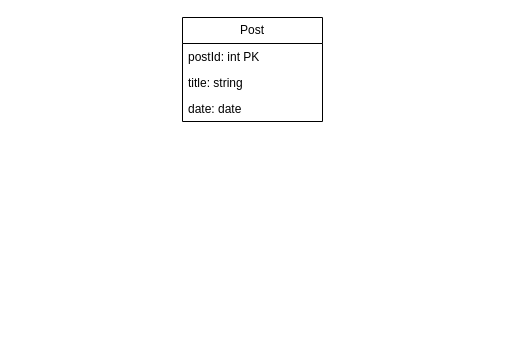
Before: Homework 1 P plus.drawio in Alvinn8/DD1368, a draw.io diagram. Source tidied: cells renumbered, new cells numbered last; positions are measured from the earlier drawing's top-left corner, leaving out a move shared by most shapes. Both pictures are drawn from the tidied source at 100%, with x=0, y=0 at pixel (182, 17).
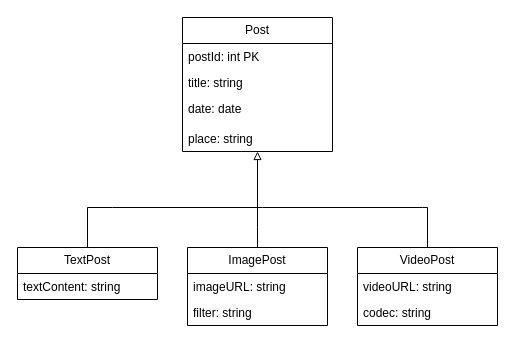
Above is the later version.

Commit message:
add post types

The edit, as a diff of the source:
```diff
@@
     <mxCell id="2" value="Post" style="swimlane;fontStyle=0;horizontal=1;startSize=26;fillColor=none;whiteSpace=wrap;html=1;" parent="1" vertex="1">
-      <mxGeometry width="140" height="104" as="geometry" />
+      <mxGeometry width="150" height="134" as="geometry" />
     </mxCell>
     <mxCell id="3" value="postId: int PK" style="text;strokeColor=none;fillColor=none;align=left;verticalAlign=top;spacingLeft=4;spacingRight=4;overflow=hidden;whiteSpace=wrap;html=1;" parent="2" vertex="1">
-      <mxGeometry y="26" width="140" height="26" as="geometry" />
+      <mxGeometry y="26" width="150" height="26" as="geometry" />
     </mxCell>
     <mxCell id="4" value="title: string" style="text;strokeColor=none;fillColor=none;align=left;verticalAlign=top;spacingLeft=4;spacingRight=4;overflow=hidden;whiteSpace=wrap;html=1;" parent="2" vertex="1">
-      <mxGeometry y="52" width="140" height="26" as="geometry" />
+      <mxGeometry y="52" width="150" height="26" as="geometry" />
     </mxCell>
     <mxCell id="5" value="date: date" style="text;strokeColor=none;fillColor=none;align=left;verticalAlign=top;spacingLeft=4;spacingRight=4;overflow=hidden;whiteSpace=wrap;html=1;" parent="2" vertex="1">
-      <mxGeometry y="78" width="140" height="26" as="geometry" />
+      <mxGeometry y="78" width="150" height="30" as="geometry" />
     </mxCell>
+    <mxCell id="6" value="place: string" style="text;strokeColor=none;fillColor=none;align=left;verticalAlign=top;spacingLeft=4;spacingRight=4;overflow=hidden;whiteSpace=wrap;html=1;" parent="2" vertex="1">
+      <mxGeometry y="108" width="150" height="26" as="geometry" />
+    </mxCell>
+    <mxCell id="7" style="edgeStyle=orthogonalEdgeStyle;rounded=0;jettySize=auto;html=1;endArrow=none;endFill=0;" parent="1" edge="1" source="8">
+      <mxGeometry relative="1" as="geometry">
+        <mxPoint x="-70" y="190" as="targetPoint" />
+        <Array as="points">
+          <mxPoint x="-95" y="190" />
+        </Array>
+      </mxGeometry>
+    </mxCell>
+    <mxCell id="8" value="TextPost" style="swimlane;fontStyle=0;horizontal=1;startSize=26;fillColor=none;whiteSpace=wrap;html=1;" parent="1" vertex="1">
+      <mxGeometry x="-165" y="230" width="140" height="52" as="geometry" />
+    </mxCell>
+    <mxCell id="9" value="textContent: string" style="text;strokeColor=none;fillColor=none;align=left;verticalAlign=top;spacingLeft=4;spacingRight=4;overflow=hidden;whiteSpace=wrap;html=1;" parent="8" vertex="1">
+      <mxGeometry y="26" width="140" height="26" as="geometry" />
+    </mxCell>
+    <mxCell id="10" style="edgeStyle=orthogonalEdgeStyle;rounded=0;jettySize=auto;html=1;entryX=0.5;entryY=1;entryDx=0;entryDy=0;endArrow=block;endFill=0;" parent="1" edge="1" source="11" target="2">
+      <mxGeometry relative="1" as="geometry">
+        <Array as="points">
+          <mxPoint x="75" y="210" />
+          <mxPoint x="75" y="210" />
+        </Array>
+      </mxGeometry>
+    </mxCell>
+    <mxCell id="11" value="ImagePost" style="swimlane;fontStyle=0;horizontal=1;startSize=26;fillColor=none;whiteSpace=wrap;html=1;" parent="1" vertex="1">
+      <mxGeometry x="5" y="230" width="140" height="78" as="geometry" />
+    </mxCell>
+    <mxCell id="12" value="imageURL: string" style="text;strokeColor=none;fillColor=none;align=left;verticalAlign=top;spacingLeft=4;spacingRight=4;overflow=hidden;whiteSpace=wrap;html=1;" parent="11" vertex="1">
+      <mxGeometry y="26" width="140" height="26" as="geometry" />
+    </mxCell>
+    <mxCell id="13" value="filter: string" style="text;strokeColor=none;fillColor=none;align=left;verticalAlign=top;spacingLeft=4;spacingRight=4;overflow=hidden;whiteSpace=wrap;html=1;" parent="11" vertex="1">
+      <mxGeometry y="52" width="140" height="26" as="geometry" />
+    </mxCell>
+    <mxCell id="14" style="edgeStyle=orthogonalEdgeStyle;rounded=0;jettySize=auto;html=1;endArrow=none;endFill=0;" parent="1" edge="1" source="15">
+      <mxGeometry relative="1" as="geometry">
+        <mxPoint x="240" y="190" as="targetPoint" />
+        <Array as="points">
+          <mxPoint x="245" y="190" />
+        </Array>
+      </mxGeometry>
+    </mxCell>
+    <mxCell id="15" value="VideoPost" style="swimlane;fontStyle=0;horizontal=1;startSize=26;fillColor=none;whiteSpace=wrap;html=1;" parent="1" vertex="1">
+      <mxGeometry x="175" y="230" width="140" height="78" as="geometry" />
+    </mxCell>
+    <mxCell id="16" value="videoURL: string" style="text;strokeColor=none;fillColor=none;align=left;verticalAlign=top;spacingLeft=4;spacingRight=4;overflow=hidden;whiteSpace=wrap;html=1;" parent="15" vertex="1">
+      <mxGeometry y="26" width="140" height="26" as="geometry" />
+    </mxCell>
+    <mxCell id="17" value="codec: string" style="text;strokeColor=none;fillColor=none;align=left;verticalAlign=top;spacingLeft=4;spacingRight=4;overflow=hidden;whiteSpace=wrap;html=1;" parent="15" vertex="1">
+      <mxGeometry y="52" width="140" height="26" as="geometry" />
+    </mxCell>
+    <mxCell id="18" style="endArrow=none;html=1;rounded=0;" parent="1" edge="1">
+      <mxGeometry relative="1" as="geometry">
+        <mxPoint x="-70" y="190" as="sourcePoint" />
+        <mxPoint x="80" y="190" as="targetPoint" />
+      </mxGeometry>
+    </mxCell>
+    <mxCell id="19" style="endArrow=none;html=1;rounded=0;" parent="1" edge="1">
+      <mxGeometry relative="1" as="geometry">
+        <mxPoint x="80" y="190" as="sourcePoint" />
+        <mxPoint x="240" y="190" as="targetPoint" />
+      </mxGeometry>
+    </mxCell>
```
